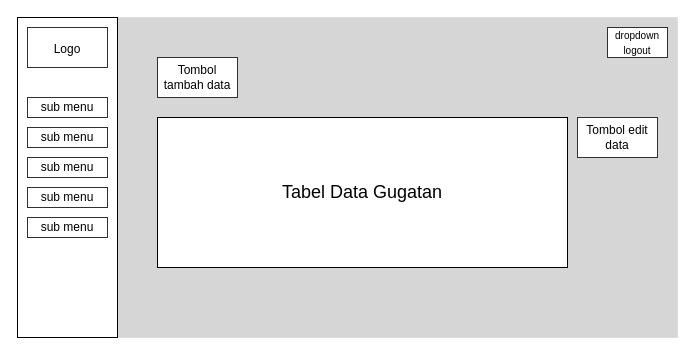
kzen31/diagram keeps this draw.io diagram as Rancangan Transaksi.drawio. Above is the earlier version. Source tidied: cells renumbered, new cells numbered last; positions are measured from the earlier drawing's top-left corner, leaving out a move shared by most shapes. Both pictures are drawn from the tidied source at 100%, with x=0, y=0 at pixel (17, 17).
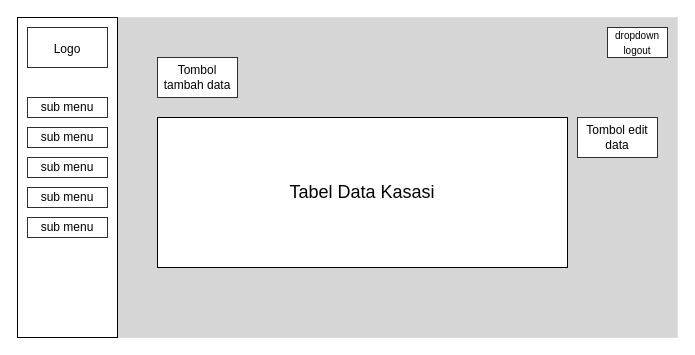
Above is the later version.

The edit, as a diff of the source:
```diff
@@
 <mxGraphModel>
   <root>
     <mxCell id="0" />
     <mxCell id="1" parent="0" />
     <mxCell id="2" style="rounded=0;whiteSpace=wrap;html=1;fontSize=18;fillColor=#D6D6D6;strokeColor=#DEDEDE;" parent="1" vertex="1">
       <mxGeometry width="660" height="320" as="geometry" />
     </mxCell>
     <mxCell id="3" value="&lt;span style=&quot;font-size: 18px;&quot;&gt;&lt;br&gt;&lt;/span&gt;" style="rounded=0;whiteSpace=wrap;html=1;" parent="1" vertex="1">
       <mxGeometry width="100" height="320" as="geometry" />
     </mxCell>
-    <mxCell id="4" value="&lt;font style=&quot;font-size: 18px;&quot;&gt;Tabel Data Gugatan&lt;/font&gt;" style="rounded=0;whiteSpace=wrap;html=1;" parent="1" vertex="1">
+    <mxCell id="4" value="&lt;font style=&quot;font-size: 18px;&quot;&gt;Tabel Data Kasasi&lt;/font&gt;" style="rounded=0;whiteSpace=wrap;html=1;" parent="1" vertex="1">
       <mxGeometry x="140" y="100" width="410" height="150" as="geometry" />
     </mxCell>
     <mxCell id="5" value="&lt;font style=&quot;font-size: 12px;&quot;&gt;Logo&lt;/font&gt;" style="rounded=0;whiteSpace=wrap;html=1;shadow=0;fontSize=18;strokeColor=#303030;fillColor=#FFFFFF;" parent="1" vertex="1">
       <mxGeometry x="10" y="10" width="80" height="40" as="geometry" />
     </mxCell>
     <mxCell id="6" value="sub menu" style="rounded=0;whiteSpace=wrap;html=1;shadow=0;fontSize=12;strokeColor=#303030;fillColor=#FFFFFF;" parent="1" vertex="1">
       <mxGeometry x="10" y="80" width="80" height="20" as="geometry" />
     </mxCell>
     <mxCell id="7" value="sub menu" style="rounded=0;whiteSpace=wrap;html=1;shadow=0;fontSize=12;strokeColor=#303030;fillColor=#FFFFFF;" parent="1" vertex="1">
       <mxGeometry x="10" y="200" width="80" height="20" as="geometry" />
     </mxCell>
     <mxCell id="8" value="sub menu" style="rounded=0;whiteSpace=wrap;html=1;shadow=0;fontSize=12;strokeColor=#303030;fillColor=#FFFFFF;" parent="1" vertex="1">
       <mxGeometry x="10" y="170" width="80" height="20" as="geometry" />
     </mxCell>
     <mxCell id="9" value="sub menu" style="rounded=0;whiteSpace=wrap;html=1;shadow=0;fontSize=12;strokeColor=#303030;fillColor=#FFFFFF;" parent="1" vertex="1">
       <mxGeometry x="10" y="140" width="80" height="20" as="geometry" />
     </mxCell>
     <mxCell id="10" value="sub menu" style="rounded=0;whiteSpace=wrap;html=1;shadow=0;fontSize=12;strokeColor=#303030;fillColor=#FFFFFF;" parent="1" vertex="1">
       <mxGeometry x="10" y="110" width="80" height="20" as="geometry" />
     </mxCell>
     <mxCell id="11" value="Tombol tambah data" style="rounded=0;whiteSpace=wrap;html=1;shadow=0;fontSize=12;strokeColor=#303030;fillColor=#FFFFFF;" parent="1" vertex="1">
       <mxGeometry x="140" y="40" width="80" height="40" as="geometry" />
     </mxCell>
     <mxCell id="12" value="Tombol edit data" style="rounded=0;whiteSpace=wrap;html=1;shadow=0;fontSize=12;strokeColor=#303030;fillColor=#FFFFFF;" parent="1" vertex="1">
       <mxGeometry x="560" y="100" width="80" height="40" as="geometry" />
     </mxCell>
     <mxCell id="13" value="&lt;font style=&quot;font-size: 10px;&quot;&gt;dropdown logout&lt;/font&gt;" style="rounded=0;whiteSpace=wrap;html=1;shadow=0;fontSize=12;strokeColor=#303030;fillColor=#FFFFFF;" parent="1" vertex="1">
       <mxGeometry x="590" y="10" width="60" height="30" as="geometry" />
     </mxCell>
   </root>
 </mxGraphModel>
```
